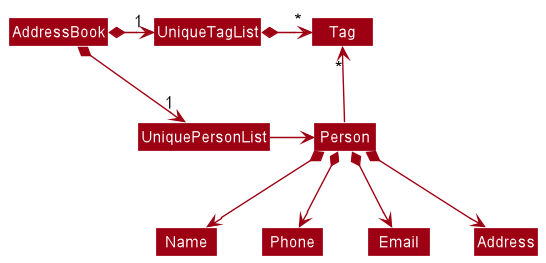
Earlier version of the PlantUML export docs/images/BetterModelClassDiagram.png (nus-cs2103-AY2122S1/tp). Source of this version:
```plantuml
@startuml
!include style.puml
skinparam arrowThickness 1.1
skinparam arrowColor MODEL_COLOR
skinparam classBackgroundColor MODEL_COLOR

AddressBook *-right-> "1" UniquePersonList
AddressBook *-right-> "1" UniqueTagList
UniqueTagList -[hidden]down- UniquePersonList
UniqueTagList -[hidden]down- UniquePersonList

UniqueTagList *-right-> "*" Tag
UniquePersonList -right-> Person

Person -up-> "*" Tag

Person *--> Name
Person *--> Phone
Person *--> Email
Person *--> Address
@enduml
```
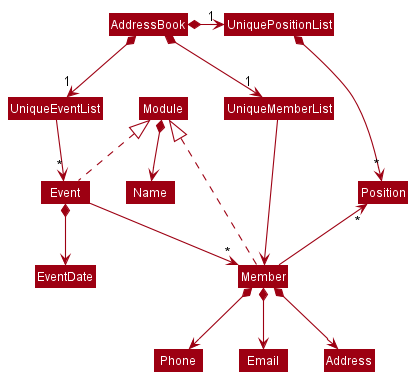
The same diagram one commit later.

Commit message:
fix errors where module replace data and save diagram as png

The edit, as a diff of the source:
```diff
@@ -4,18 +4,27 @@
 skinparam arrowColor MODEL_COLOR
 skinparam classBackgroundColor MODEL_COLOR
 
-AddressBook *-right-> "1" UniquePersonList
-AddressBook *-right-> "1" UniqueTagList
-UniqueTagList -[hidden]down- UniquePersonList
-UniqueTagList -[hidden]down- UniquePersonList
+AddressBook *-right-> "1" UniqueMemberList
+AddressBook *-right-> "1" UniquePositionList
+UniquePositionList -[hidden]down- UniqueMemberList
+UniquePositionList -[hidden]down- UniqueMemberList
 
-UniqueTagList *-right-> "*" Tag
-UniquePersonList -right-> Person
+UniquePositionList *-right-> "*" Position
+UniqueMemberList -right-> Member
 
-Person -up-> "*" Tag
+Member -up-> "*" Position
 
-Person *--> Name
-Person *--> Phone
-Person *--> Email
-Person *--> Address
+Member *--> Phone
+Member *--> Email
+Member *--> Address
+
+AddressBook *--> "1" UniqueEventList
+UniqueEventList --> "~*" Event
+Event .up.|> Module
+Module *--> Name
+Event *--> EventDate
+Event --> "~*" Member
+
+
+Member .right.|>Module
 @enduml
```
